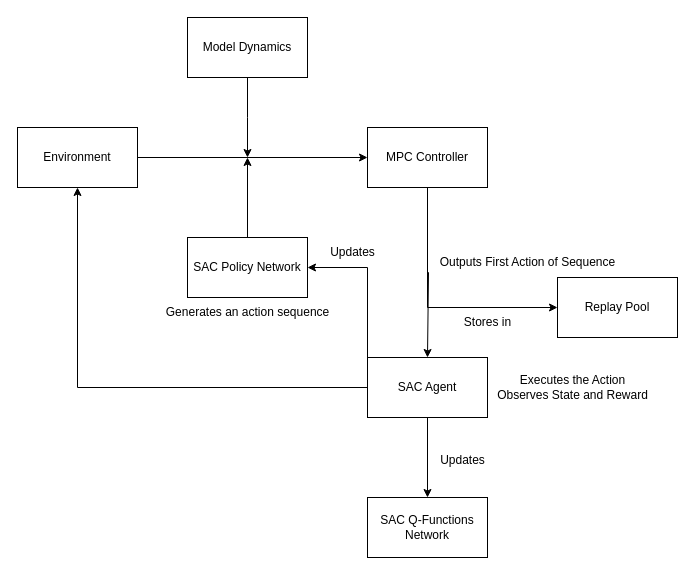
This is proposal.drawio from soykrom/Thesis-Project, a draw.io file, before an edit. Source tidied: cells renumbered, new cells numbered last; positions are measured from the earlier drawing's top-left corner, leaving out a move shared by most shapes. Both pictures are drawn from the tidied source at 100%, with x=0, y=0 at pixel (17, 17).
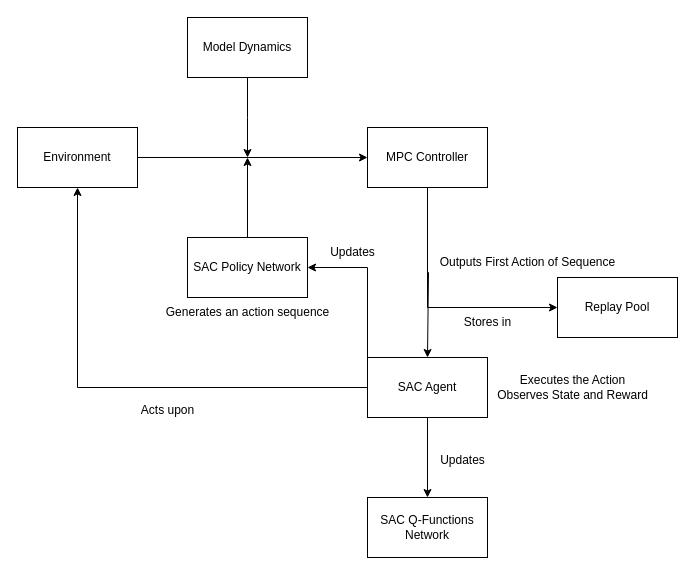
Above is the later version.

Change to the diagram source:
```diff
@@
+    <mxCell id="23" value="Acts upon" style="text;html=1;align=center;verticalAlign=middle;strokeColor=none;fillColor=none;" parent="1" vertex="1">
+      <mxGeometry x="110" y="378" width="80" height="30" as="geometry" />
+    </mxCell>
```
